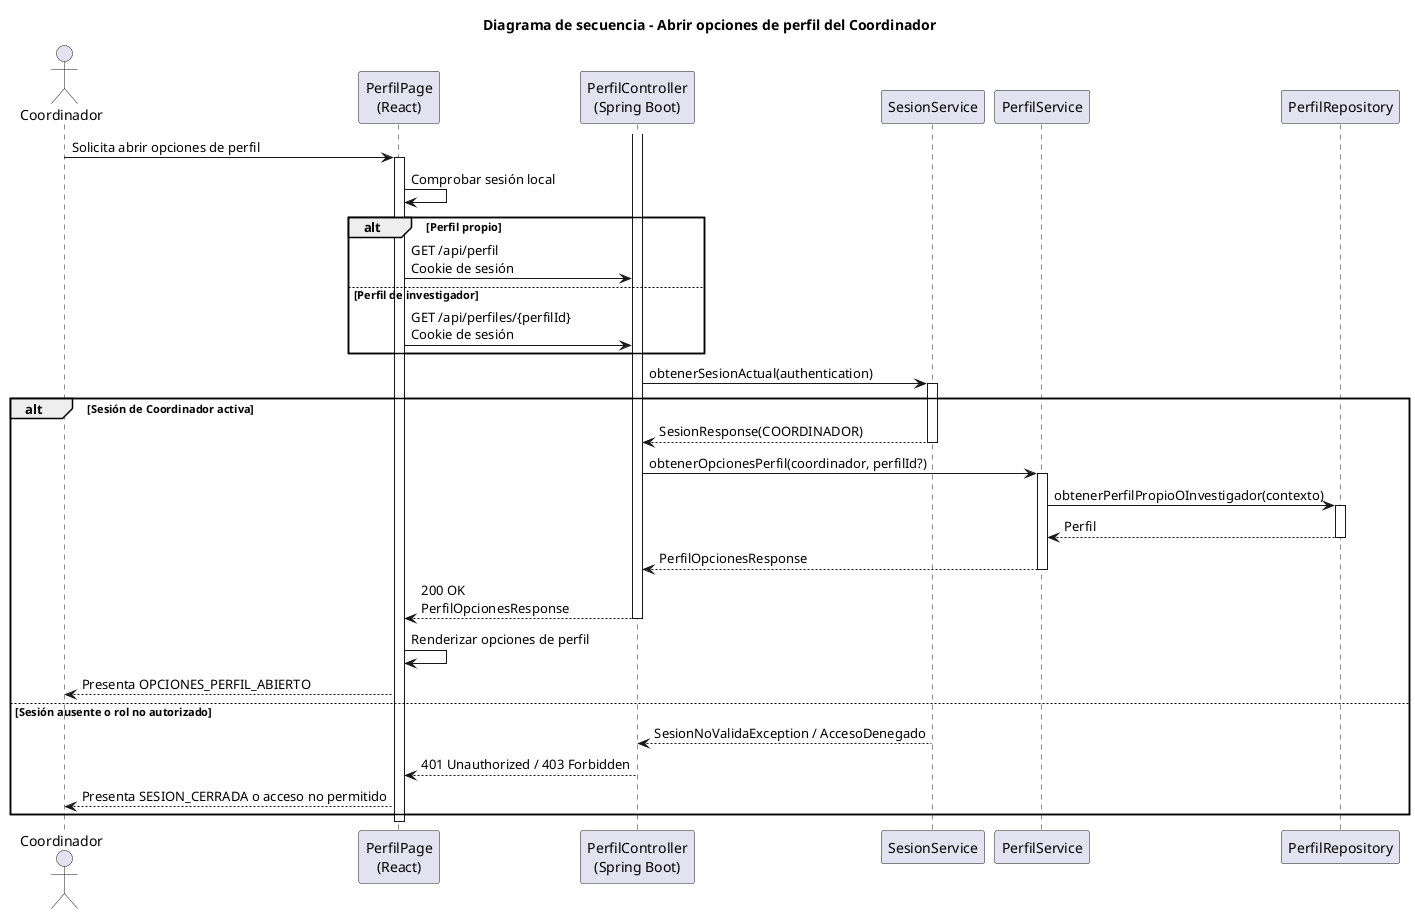
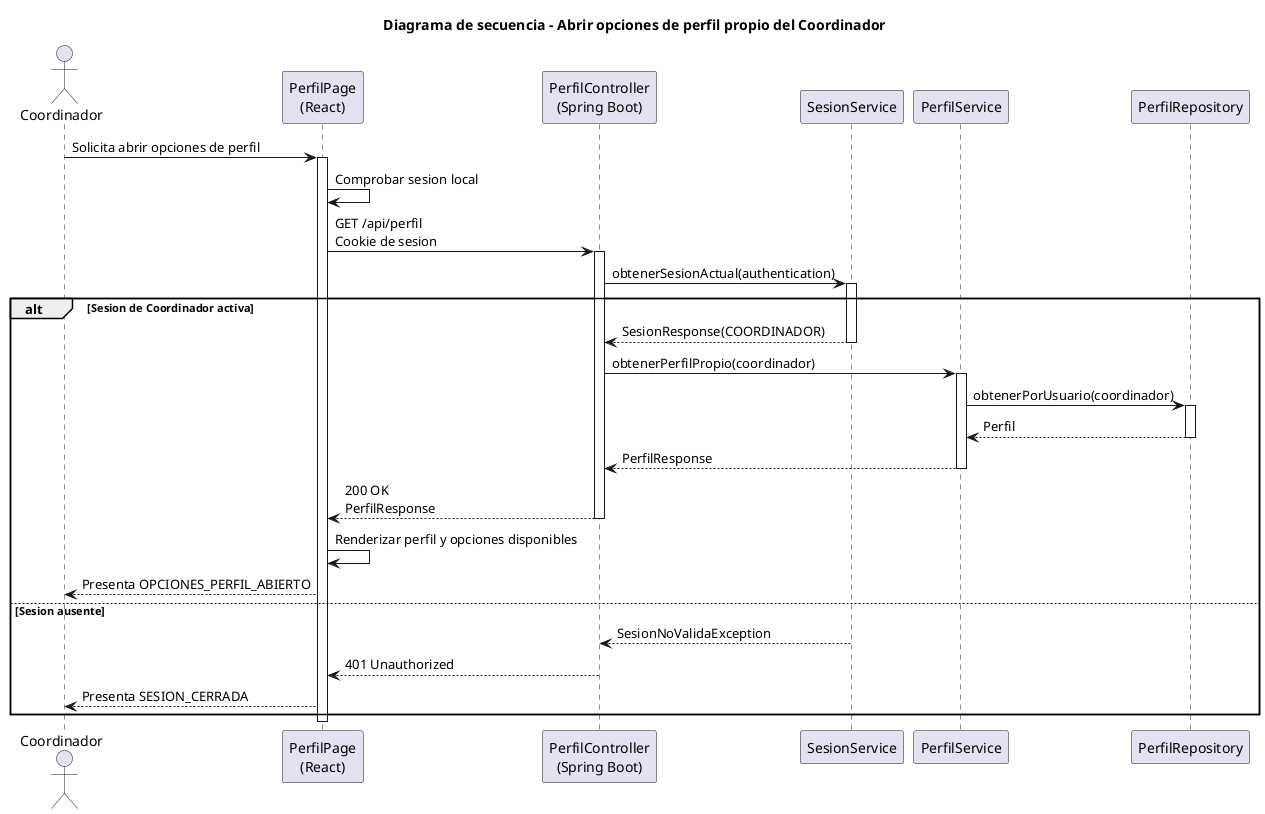
- @startuml abrirOpcionesPerfil-coordinador-diseño
- title Diagrama de secuencia - Abrir opciones de perfil del Coordinador
+ @startuml abrirOpcionesPerfil-coordinador-diseno
+ title Diagrama de secuencia - Abrir opciones de perfil propio del Coordinador

actor Coordinador
participant "PerfilPage\n(React)" as Frontend
participant "PerfilController\n(Spring Boot)" as Api
participant "SesionService" as Sesion
participant "PerfilService" as PerfilService
participant "PerfilRepository" as PerfilRepository

Coordinador -> Frontend: Solicita abrir opciones de perfil
activate Frontend
- Frontend -> Frontend: Comprobar sesión local
- alt Perfil propio
-     Frontend -> Api: GET /api/perfil\nCookie de sesión
- else Perfil de investigador
-     Frontend -> Api: GET /api/perfiles/{perfilId}\nCookie de sesión
- end
+ Frontend -> Frontend: Comprobar sesion local
+ Frontend -> Api: GET /api/perfil\nCookie de sesion
activate Api
Api -> Sesion: obtenerSesionActual(authentication)
activate Sesion
- alt Sesión de Coordinador activa
+ alt Sesion de Coordinador activa
    Sesion --> Api: SesionResponse(COORDINADOR)
    deactivate Sesion
-     Api -> PerfilService: obtenerOpcionesPerfil(coordinador, perfilId?)
+     Api -> PerfilService: obtenerPerfilPropio(coordinador)
    activate PerfilService
-     PerfilService -> PerfilRepository: obtenerPerfilPropioOInvestigador(contexto)
+     PerfilService -> PerfilRepository: obtenerPorUsuario(coordinador)
    activate PerfilRepository
    PerfilRepository --> PerfilService: Perfil
    deactivate PerfilRepository
-     PerfilService --> Api: PerfilOpcionesResponse
+     PerfilService --> Api: PerfilResponse
    deactivate PerfilService
-     Api --> Frontend: 200 OK\nPerfilOpcionesResponse
+     Api --> Frontend: 200 OK\nPerfilResponse
    deactivate Api
-     Frontend -> Frontend: Renderizar opciones de perfil
+     Frontend -> Frontend: Renderizar perfil y opciones disponibles
    Frontend --> Coordinador: Presenta OPCIONES_PERFIL_ABIERTO
- else Sesión ausente o rol no autorizado
-     Sesion --> Api: SesionNoValidaException / AccesoDenegado
+ else Sesion ausente
+     Sesion --> Api: SesionNoValidaException
    deactivate Sesion
-     Api --> Frontend: 401 Unauthorized / 403 Forbidden
+     Api --> Frontend: 401 Unauthorized
    deactivate Api
-     Frontend --> Coordinador: Presenta SESION_CERRADA o acceso no permitido
+     Frontend --> Coordinador: Presenta SESION_CERRADA
end
deactivate Frontend
@enduml
